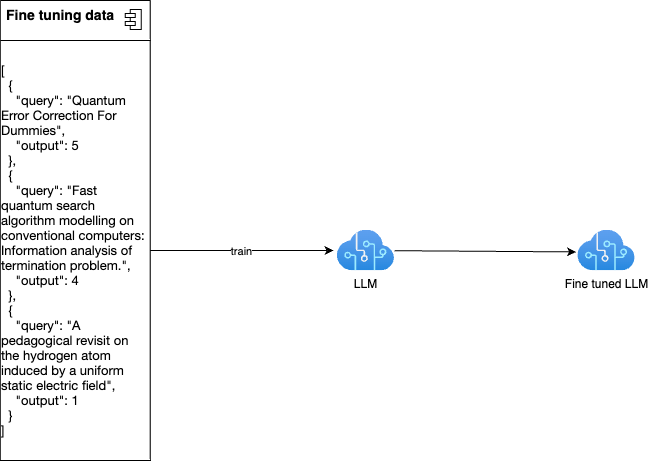
The draw.io diagram azurebootcamp-2024/graphics/customization2.drawio.png in filipw/filipw.github.io, before a commit. Source tidied: cells renumbered, new cells last; positions are measured from the earlier drawing's top-left corner, leaving out a move shared by most shapes.
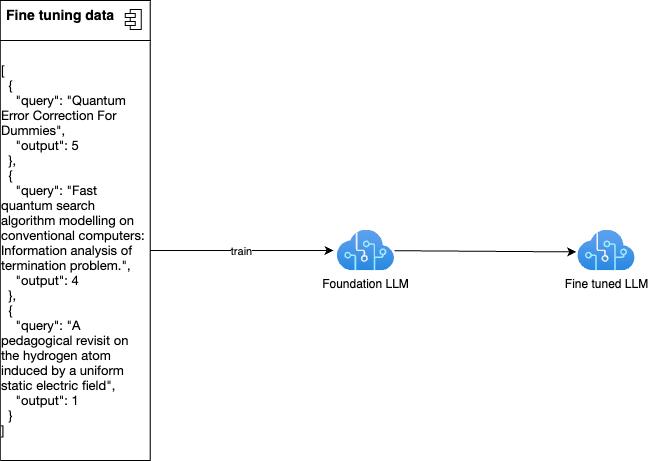
After the commit.

What changed in the source:
```diff
@@ -27,7 +27,7 @@
     <mxCell id="8" style="edgeStyle=none;html=1;fontSize=14;entryX=-0.03;entryY=0.535;entryDx=0;entryDy=0;entryPerimeter=0;" parent="1" edge="1" source="9" target="10">
       <mxGeometry relative="1" as="geometry" />
     </mxCell>
-    <mxCell id="9" value="LLM" style="html=1;points=[];align=center;image;fontSize=12;image=img/lib/azure2/ai_machine_learning/Cognitive_Services.svg;" parent="1" vertex="1">
+    <mxCell id="9" value="Foundation LLM" style="html=1;points=[];align=center;image;fontSize=12;image=img/lib/azure2/ai_machine_learning/Cognitive_Services.svg;" parent="1" vertex="1">
       <mxGeometry x="336.6" y="229.8" width="57.4" height="40.5" as="geometry" />
     </mxCell>
     <mxCell id="10" value="Fine tuned LLM" style="html=1;points=[];align=center;image;fontSize=12;image=img/lib/azure2/ai_machine_learning/Cognitive_Services.svg;" parent="1" vertex="1">
```
